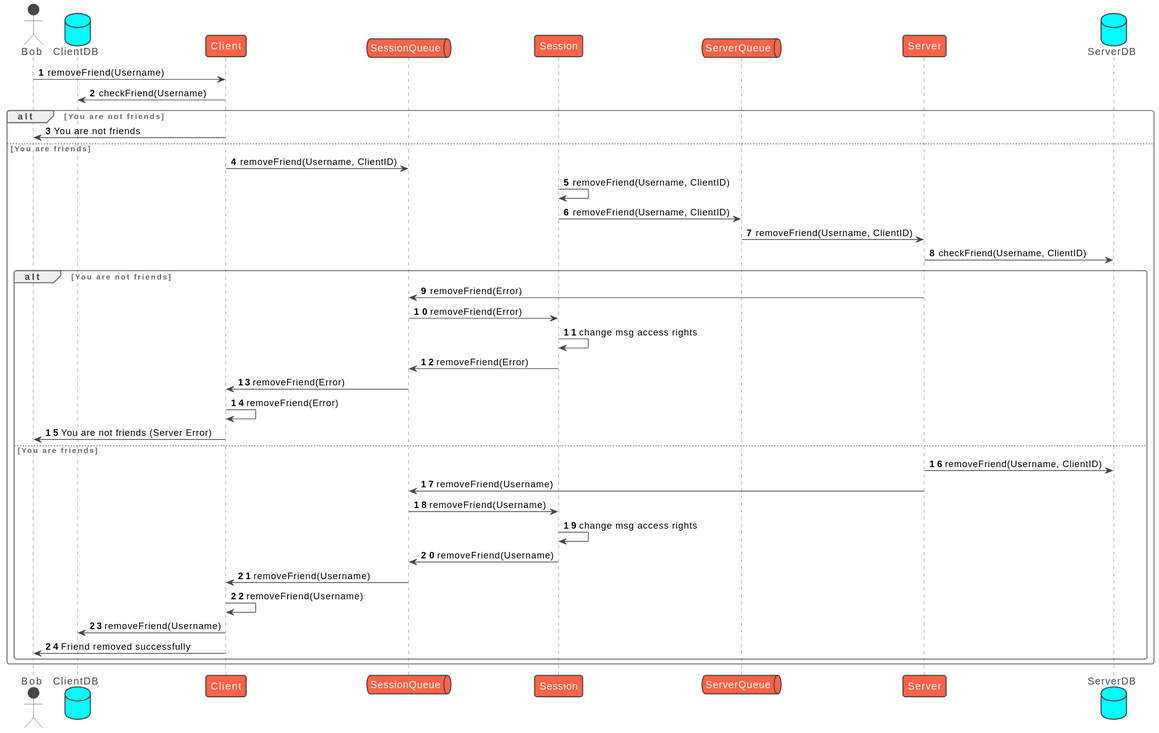
mchlebosz/IPC-Chat-Service keeps this PlantUML diagram as out/removeFriend.svg. Above is the earlier version. Its diagram source:
```plantuml
@startuml
!theme vibrant from https://raw.githubusercontent.com/plantuml/plantuml/master/themes
autonumber


actor Bob as User
database ClientDB
participant Client
queue SessionQueue
participant  Session
queue ServerQueue
participant Server
database ServerDB

User -> Client : removeFriend(Username)
Client -> ClientDB : checkFriend(Username)
alt You are not friends
    Client -> User : You are not friends
else You are friends
    Client -> SessionQueue : removeFriend(Username, ClientID)
    Session -> Session : removeFriend(Username, ClientID)
    Session -> ServerQueue : removeFriend(Username, ClientID)
    Server <- ServerQueue : removeFriend(Username, ClientID)
    Server -> ServerDB : checkFriend(Username, ClientID)
    alt You are not friends
        Server -> SessionQueue : removeFriend(Error)
        SessionQueue -> Session : removeFriend(Error)
        Session -> Session : change msg access rights
        Session -> SessionQueue : removeFriend(Error)
        SessionQueue -> Client : removeFriend(Error)
        Client -> Client : removeFriend(Error)
        Client -> User : You are not friends (Server Error)
    else You are friends
        Server -> ServerDB : removeFriend(Username, ClientID)
        Server -> SessionQueue : removeFriend(Username)
        Session <- SessionQueue : removeFriend(Username)
        Session -> Session : change msg access rights
        Session -> SessionQueue : removeFriend(Username)
        SessionQueue -> Client : removeFriend(Username)
        Client -> Client : removeFriend(Username)
        Client -> ClientDB : removeFriend(Username)
        Client -> User : Friend removed successfully
    end
end
@enduml
```
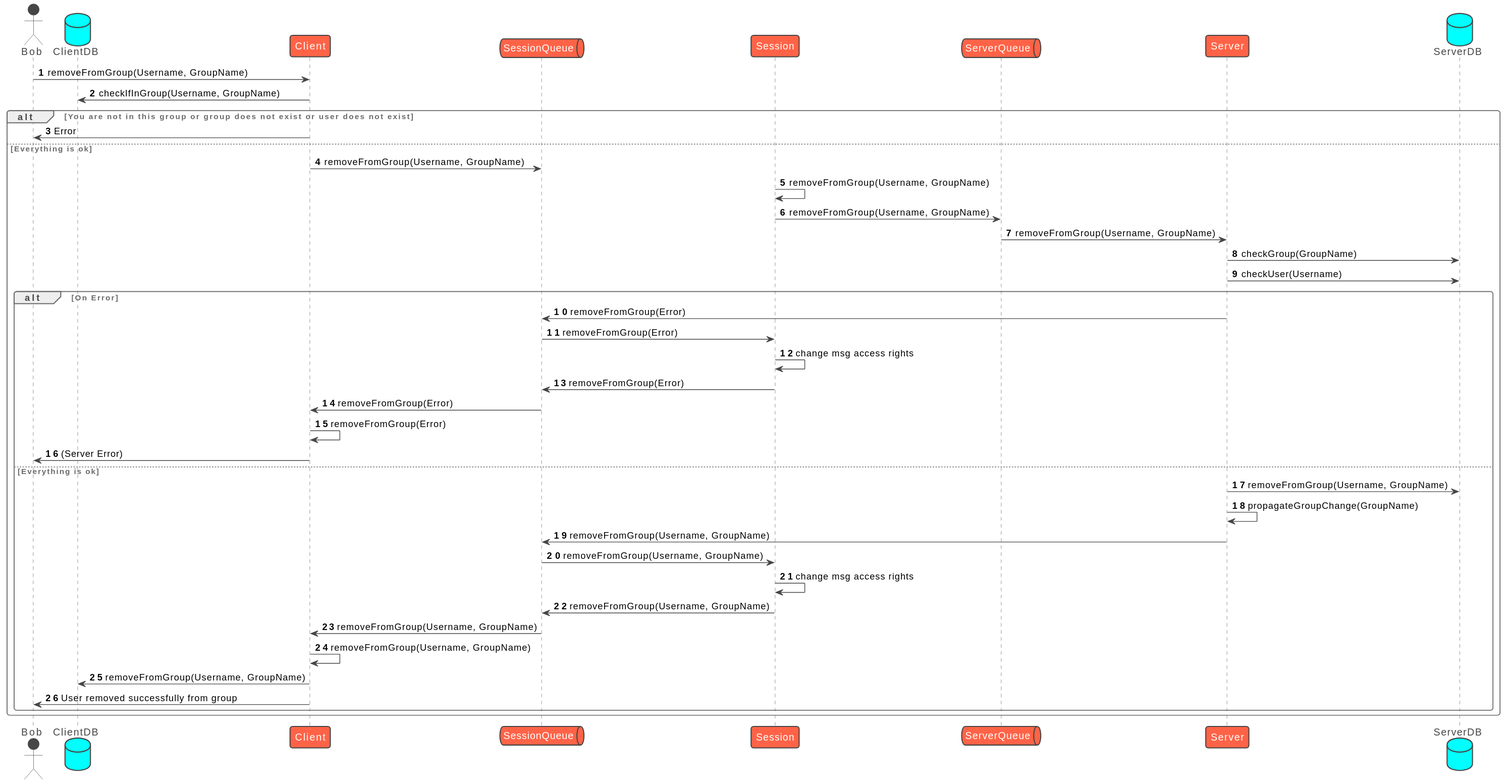
Later version of the same file.

The edit, as a diff of the source:
```diff
@@ -12,34 +12,36 @@
 participant Server
 database ServerDB
 
-User -> Client : removeFriend(Username)
-Client -> ClientDB : checkFriend(Username)
-alt You are not friends
-    Client -> User : You are not friends
-else You are friends
-    Client -> SessionQueue : removeFriend(Username, ClientID)
-    Session -> Session : removeFriend(Username, ClientID)
-    Session -> ServerQueue : removeFriend(Username, ClientID)
-    Server <- ServerQueue : removeFriend(Username, ClientID)
-    Server -> ServerDB : checkFriend(Username, ClientID)
-    alt You are not friends
-        Server -> SessionQueue : removeFriend(Error)
-        SessionQueue -> Session : removeFriend(Error)
+User -> Client : removeFromGroup(Username, GroupName)
+Client -> ClientDB : checkIfInGroup(Username, GroupName)
+alt You are not in this group or group does not exist or user does not exist
+    Client -> User : Error
+else Everything is ok
+    Client -> SessionQueue : removeFromGroup(Username, GroupName)
+    Session -> Session : removeFromGroup(Username, GroupName)
+    Session -> ServerQueue : removeFromGroup(Username, GroupName)
+    ServerQueue -> Server : removeFromGroup(Username, GroupName)
+    Server -> ServerDB : checkGroup(GroupName)
+    Server -> ServerDB : checkUser(Username)
+    alt On Error
+        Server -> SessionQueue : removeFromGroup(Error)
+        SessionQueue -> Session : removeFromGroup(Error)
         Session -> Session : change msg access rights
-        Session -> SessionQueue : removeFriend(Error)
-        SessionQueue -> Client : removeFriend(Error)
-        Client -> Client : removeFriend(Error)
-        Client -> User : You are not friends (Server Error)
-    else You are friends
-        Server -> ServerDB : removeFriend(Username, ClientID)
-        Server -> SessionQueue : removeFriend(Username)
-        Session <- SessionQueue : removeFriend(Username)
+        Session -> SessionQueue : removeFromGroup(Error)
+        SessionQueue -> Client : removeFromGroup(Error)
+        Client -> Client : removeFromGroup(Error)
+        Client -> User : (Server Error)
+    else Everything is ok
+        Server -> ServerDB : removeFromGroup(Username, GroupName)
+        Server -> Server: propagateGroupChange(GroupName)
+        Server -> SessionQueue : removeFromGroup(Username, GroupName)
+        Session <- SessionQueue : removeFromGroup(Username, GroupName)
         Session -> Session : change msg access rights
-        Session -> SessionQueue : removeFriend(Username)
-        SessionQueue -> Client : removeFriend(Username)
-        Client -> Client : removeFriend(Username)
-        Client -> ClientDB : removeFriend(Username)
-        Client -> User : Friend removed successfully
+        Session -> SessionQueue : removeFromGroup(Username, GroupName)
+        SessionQueue -> Client : removeFromGroup(Username, GroupName)
+        Client -> Client : removeFromGroup(Username, GroupName)
+        Client -> ClientDB : removeFromGroup(Username, GroupName)
+        Client -> User : User removed successfully from group
     end
 end
 @enduml
```
